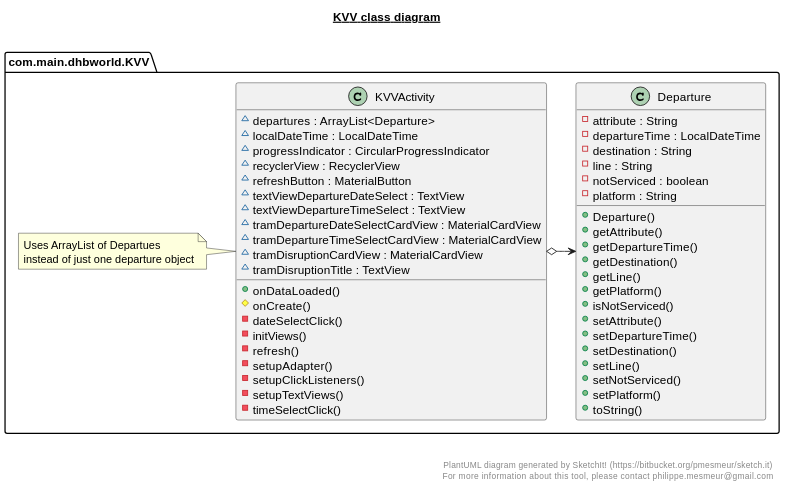
Above: images/KVV_class_diagram_design_pattern.svg in inFumumVerti/DHBWorld-Docu (PlantUML), before the change.
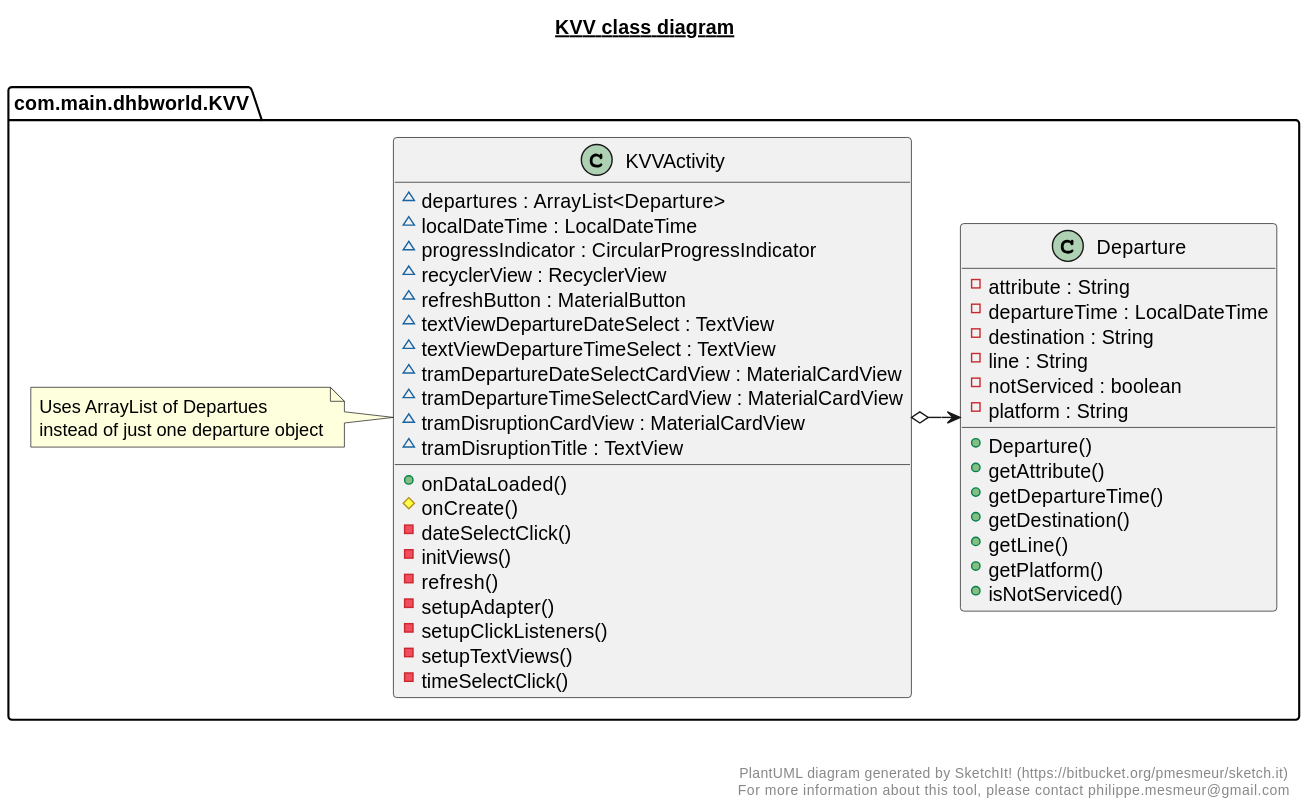
After the commit.

Diff of the diagram source:
```diff
@@ -44,13 +44,6 @@
             + getLine()
             + getPlatform()
             + isNotServiced()
-            + setAttribute()
-            + setDepartureTime()
-            + setDestination()
-            + setLine()
-            + setNotServiced()
-            + setPlatform()
-            + toString()
         }
       }
 
```
